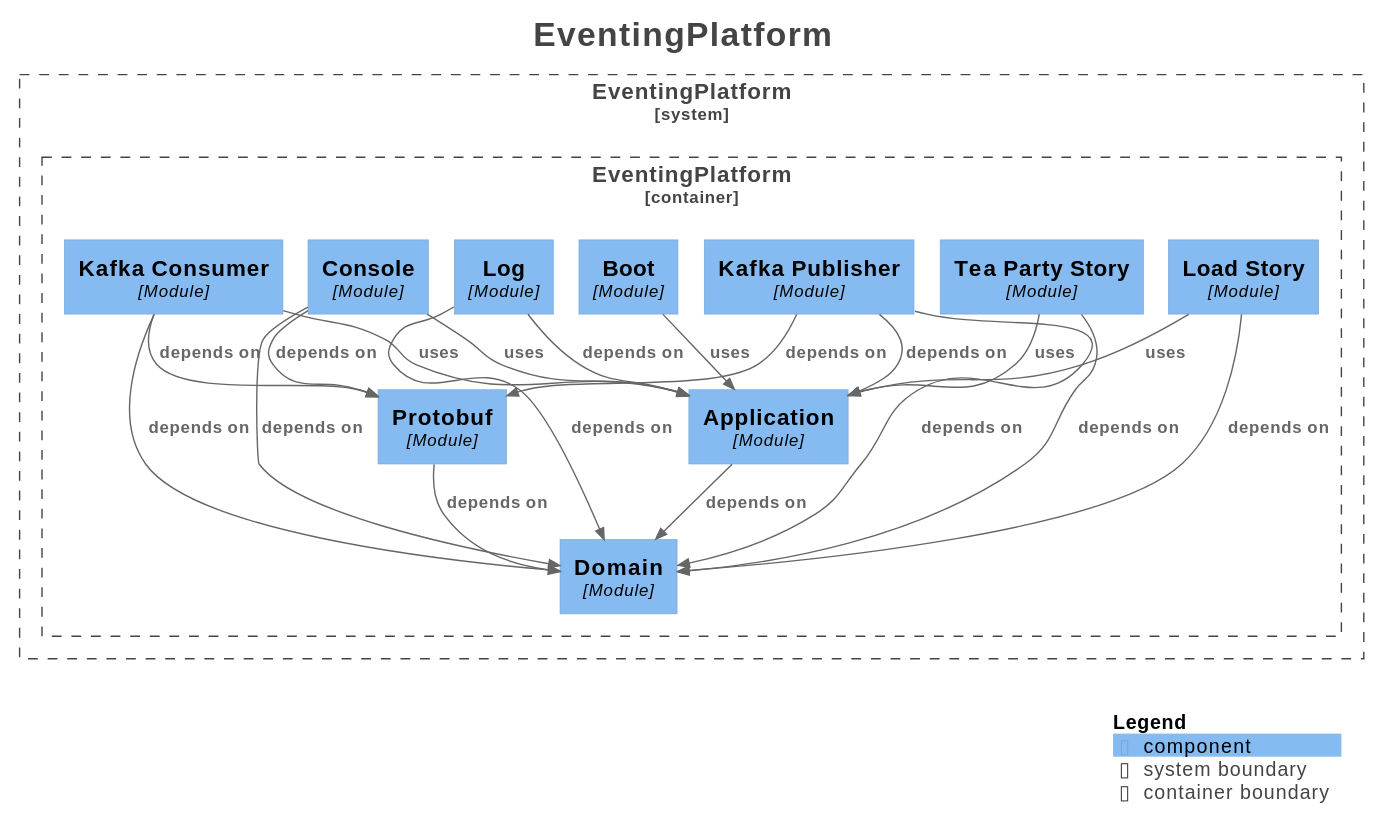
Before: docs/generated/architecture/svg/components.svg, a diagram exported from PlantUML (Mathmagicians/confluent-eventing-playground).
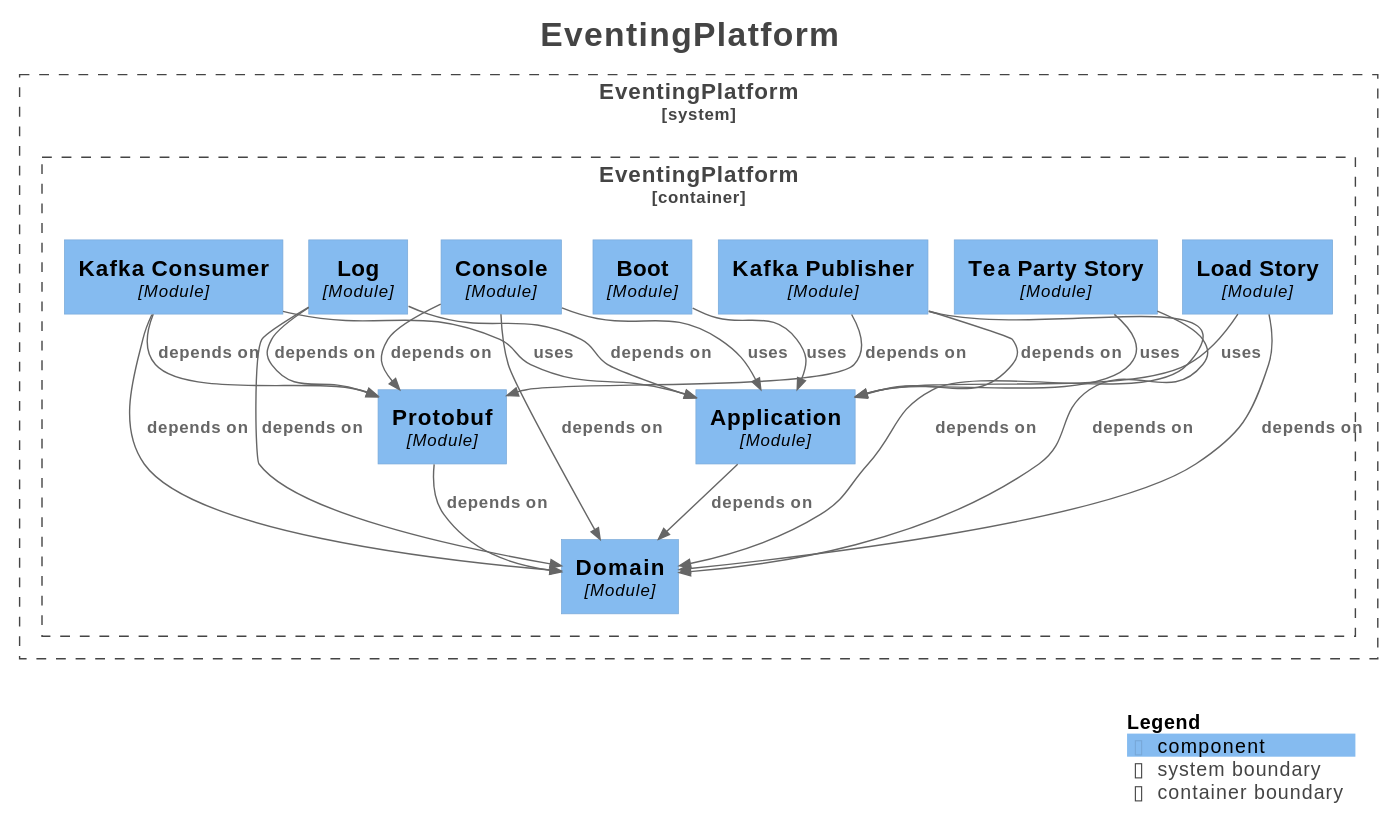
The same file after the commit.

The edit, as a diff of the source:
```diff
@@ -35,21 +35,22 @@
 Rel(EventingPlatform.EventingPlatform.KafkaConsumer, EventingPlatform.EventingPlatform.Domain, "depends on", $techn="", $tags="", $link="")
 Rel(EventingPlatform.EventingPlatform.KafkaConsumer, EventingPlatform.EventingPlatform.Protobuf, "depends on", $techn="", $tags="", $link="")
 Rel(EventingPlatform.EventingPlatform.KafkaConsumer, EventingPlatform.EventingPlatform.Application, "uses", $techn="", $tags="", $link="")
+Rel(EventingPlatform.EventingPlatform.Protobuf, EventingPlatform.EventingPlatform.Domain, "depends on", $techn="", $tags="", $link="")
+Rel(EventingPlatform.EventingPlatform.LoadStory, EventingPlatform.EventingPlatform.Domain, "depends on", $techn="", $tags="", $link="")
+Rel(EventingPlatform.EventingPlatform.LoadStory, EventingPlatform.EventingPlatform.Application, "uses", $techn="", $tags="", $link="")
+Rel(EventingPlatform.EventingPlatform.Log, EventingPlatform.EventingPlatform.Domain, "depends on", $techn="", $tags="", $link="")
+Rel(EventingPlatform.EventingPlatform.Log, EventingPlatform.EventingPlatform.Protobuf, "depends on", $techn="", $tags="", $link="")
+Rel(EventingPlatform.EventingPlatform.Log, EventingPlatform.EventingPlatform.Application, "depends on", $techn="", $tags="", $link="")
+Rel(EventingPlatform.EventingPlatform.KafkaPublisher, EventingPlatform.EventingPlatform.Domain, "depends on", $techn="", $tags="", $link="")
+Rel(EventingPlatform.EventingPlatform.KafkaPublisher, EventingPlatform.EventingPlatform.Protobuf, "depends on", $techn="", $tags="", $link="")
+Rel(EventingPlatform.EventingPlatform.KafkaPublisher, EventingPlatform.EventingPlatform.Application, "depends on", $techn="", $tags="", $link="")
+Rel(EventingPlatform.EventingPlatform.Boot, EventingPlatform.EventingPlatform.Application, "uses", $techn="", $tags="", $link="")
+Rel(EventingPlatform.EventingPlatform.TeaPartyStory, EventingPlatform.EventingPlatform.Domain, "depends on", $techn="", $tags="", $link="")
+Rel(EventingPlatform.EventingPlatform.TeaPartyStory, EventingPlatform.EventingPlatform.Application, "uses", $techn="", $tags="", $link="")
 Rel(EventingPlatform.EventingPlatform.Application, EventingPlatform.EventingPlatform.Domain, "depends on", $techn="", $tags="", $link="")
 Rel(EventingPlatform.EventingPlatform.Console, EventingPlatform.EventingPlatform.Protobuf, "depends on", $techn="", $tags="", $link="")
 Rel(EventingPlatform.EventingPlatform.Console, EventingPlatform.EventingPlatform.Domain, "depends on", $techn="", $tags="", $link="")
 Rel(EventingPlatform.EventingPlatform.Console, EventingPlatform.EventingPlatform.Application, "uses", $techn="", $tags="", $link="")
-Rel(EventingPlatform.EventingPlatform.TeaPartyStory, EventingPlatform.EventingPlatform.Domain, "depends on", $techn="", $tags="", $link="")
-Rel(EventingPlatform.EventingPlatform.TeaPartyStory, EventingPlatform.EventingPlatform.Application, "uses", $techn="", $tags="", $link="")
-Rel(EventingPlatform.EventingPlatform.KafkaPublisher, EventingPlatform.EventingPlatform.Domain, "depends on", $techn="", $tags="", $link="")
-Rel(EventingPlatform.EventingPlatform.KafkaPublisher, EventingPlatform.EventingPlatform.Protobuf, "depends on", $techn="", $tags="", $link="")
-Rel(EventingPlatform.EventingPlatform.KafkaPublisher, EventingPlatform.EventingPlatform.Application, "depends on", $techn="", $tags="", $link="")
-Rel(EventingPlatform.EventingPlatform.Log, EventingPlatform.EventingPlatform.Domain, "depends on", $techn="", $tags="", $link="")
-Rel(EventingPlatform.EventingPlatform.Log, EventingPlatform.EventingPlatform.Application, "depends on", $techn="", $tags="", $link="")
-Rel(EventingPlatform.EventingPlatform.Boot, EventingPlatform.EventingPlatform.Application, "uses", $techn="", $tags="", $link="")
-Rel(EventingPlatform.EventingPlatform.LoadStory, EventingPlatform.EventingPlatform.Domain, "depends on", $techn="", $tags="", $link="")
-Rel(EventingPlatform.EventingPlatform.LoadStory, EventingPlatform.EventingPlatform.Application, "uses", $techn="", $tags="", $link="")
-Rel(EventingPlatform.EventingPlatform.Protobuf, EventingPlatform.EventingPlatform.Domain, "depends on", $techn="", $tags="", $link="")
 
 SHOW_LEGEND(true)
 hide stereotypes
```
